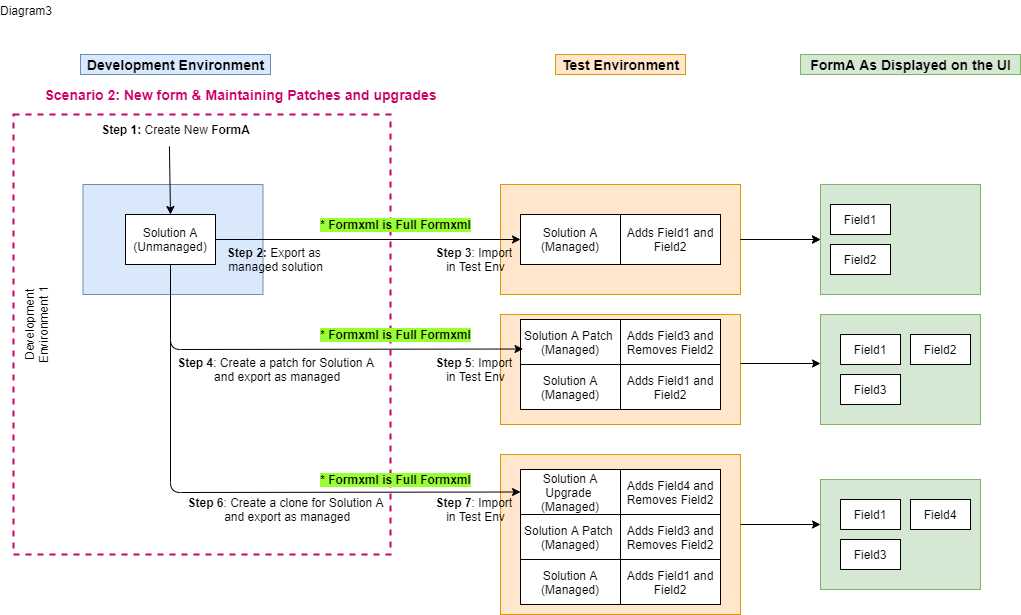
Above: power-platform/alm/media/unhealthy-form-alm-scenario1.png in MicrosoftDocs/power-platform (draw.io), before the change. Source tidied: cells renumbered, new cells last; positions are measured from the earlier drawing's top-left corner, leaving out a move shared by most shapes.
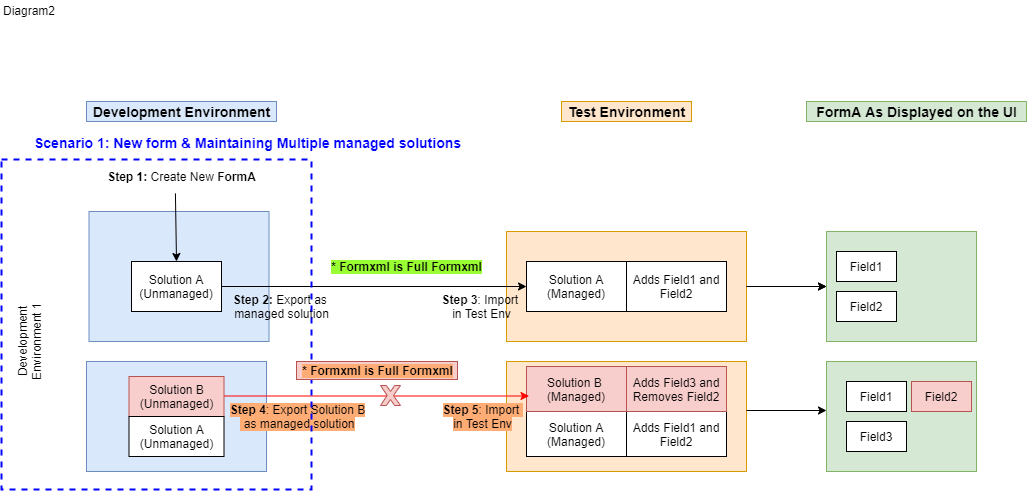
The same file after the commit.

The edit, as a diff of the source:
```diff
@@ -2,187 +2,141 @@
   <root>
     <mxCell id="0" />
     <mxCell id="1" parent="0" />
-    <mxCell id="2" style="whiteSpace=wrap;html=1;fillColor=#dae8fc;strokeColor=#6c8ebf;" parent="1" vertex="1">
-      <mxGeometry x="113.5" y="184" width="180" height="110" as="geometry" />
-    </mxCell>
-    <mxCell id="3" style="whiteSpace=wrap;html=1;fillColor=#ffe6cc;strokeColor=#d79b00;" parent="1" vertex="1">
-      <mxGeometry x="531" y="184" width="240" height="110" as="geometry" />
-    </mxCell>
+    <mxCell id="55" style="whiteSpace=wrap;html=1;fillColor=#dae8fc;strokeColor=#6c8ebf;" parent="1" vertex="1">
+      <mxGeometry x="113.5" y="164" width="180" height="130" as="geometry" />
+    </mxCell>
+    <mxCell id="56" style="whiteSpace=wrap;html=1;fillColor=#ffe6cc;strokeColor=#d79b00;" parent="1" vertex="1">
+      <mxGeometry x="531" y="184" width="240" height="110" as="geometry" />
+    </mxCell>
     <mxCell id="4" value="&lt;font style=&quot;font-size: 14px&quot;&gt;&lt;b&gt;Development Environment&lt;/b&gt;&lt;/font&gt;" style="text;html=1;align=center;verticalAlign=middle;fillColor=#dae8fc;strokeColor=#6c8ebf;rounded=0;" parent="1" vertex="1">
       <mxGeometry x="111" y="54" width="190" height="20" as="geometry" />
     </mxCell>
     <mxCell id="5" value="&lt;font style=&quot;font-size: 14px&quot;&gt;&lt;b&gt;Test Environment&lt;/b&gt;&lt;/font&gt;" style="text;html=1;align=center;verticalAlign=middle;fillColor=#ffe6cc;strokeColor=#d79b00;rounded=0;" parent="1" vertex="1">
       <mxGeometry x="586" y="54" width="130" height="20" as="geometry" />
     </mxCell>
-    <mxCell id="6" value="Solution A (Managed)" style="whiteSpace=wrap;html=1;" parent="1" vertex="1">
-      <mxGeometry x="551" y="214" width="100" height="50" as="geometry" />
-    </mxCell>
-    <mxCell id="7" value="Solution A (Unmanaged)" style="whiteSpace=wrap;html=1;" parent="1" vertex="1">
-      <mxGeometry x="156" y="214" width="90" height="50" as="geometry" />
-    </mxCell>
-    <mxCell id="8" style="endArrow=classic;html=1;fontSize=10;fontColor=#FF0000;exitX=1;exitY=0.5;exitDx=0;exitDy=0;" parent="1" edge="1" source="7">
-      <mxGeometry relative="1" as="geometry">
-        <mxPoint x="551" y="239" as="targetPoint" />
-      </mxGeometry>
-    </mxCell>
-    <mxCell id="9" style="edgeStyle=orthogonalEdgeStyle;rounded=0;jettySize=auto;html=1;" parent="1" edge="1" target="21">
-      <mxGeometry relative="1" as="geometry">
-        <mxPoint x="771" y="239" as="sourcePoint" />
-      </mxGeometry>
-    </mxCell>
-    <mxCell id="10" value="Adds Field1 and Field2" style="whiteSpace=wrap;html=1;" parent="1" vertex="1">
-      <mxGeometry x="651" y="214" width="100" height="50" as="geometry" />
-    </mxCell>
+    <mxCell id="57" value="Solution A (Managed)" style="whiteSpace=wrap;html=1;" parent="1" vertex="1">
+      <mxGeometry x="551" y="214" width="100" height="50" as="geometry" />
+    </mxCell>
+    <mxCell id="58" value="Solution A (Unmanaged)" style="whiteSpace=wrap;html=1;" parent="1" vertex="1">
+      <mxGeometry x="156" y="214" width="90" height="50" as="geometry" />
+    </mxCell>
+    <mxCell id="59" style="endArrow=classic;html=1;fontSize=10;fontColor=#FF0000;exitX=1;exitY=0.5;exitDx=0;exitDy=0;" parent="1" edge="1" source="58">
+      <mxGeometry relative="1" as="geometry">
+        <mxPoint x="551" y="239" as="targetPoint" />
+      </mxGeometry>
+    </mxCell>
+    <mxCell id="60" style="whiteSpace=wrap;html=1;fillColor=#dae8fc;strokeColor=#6c8ebf;" parent="1" vertex="1">
+      <mxGeometry x="111" y="314" width="180" height="110" as="geometry" />
+    </mxCell>
+    <mxCell id="61" value="Solution B (Unmanaged)" style="whiteSpace=wrap;html=1;fillColor=#f8cecc;strokeColor=#b85450;" parent="1" vertex="1">
+      <mxGeometry x="153.5" y="329" width="95" height="40" as="geometry" />
+    </mxCell>
+    <mxCell id="62" style="edgeStyle=orthogonalEdgeStyle;rounded=0;jettySize=auto;html=1;" parent="1" edge="1" target="72">
+      <mxGeometry relative="1" as="geometry">
+        <mxPoint x="771" y="239" as="sourcePoint" />
+      </mxGeometry>
+    </mxCell>
+    <mxCell id="63" value="Adds Field1 and Field2" style="whiteSpace=wrap;html=1;" parent="1" vertex="1">
+      <mxGeometry x="651" y="214" width="100" height="50" as="geometry" />
+    </mxCell>
     <mxCell id="11" value="&lt;font style=&quot;font-size: 12px&quot;&gt;&lt;b&gt;Step 2:&lt;/b&gt; Export as &lt;br&gt;managed solution&lt;/font&gt;" style="text;html=1;align=center;verticalAlign=middle;fillColor=none;strokeColor=none;rounded=0;" parent="1" vertex="1">
       <mxGeometry x="251" y="244" width="110" height="30" as="geometry" />
     </mxCell>
     <mxCell id="12" value="&lt;font style=&quot;font-size: 12px&quot;&gt;&lt;b&gt;Step 3&lt;/b&gt;: Import &lt;br&gt;in Test Env&lt;/font&gt;" style="text;html=1;align=center;verticalAlign=middle;fillColor=none;strokeColor=none;rounded=0;" parent="1" vertex="1">
       <mxGeometry x="461" y="244" width="90" height="30" as="geometry" />
     </mxCell>
-    <mxCell id="13" style="whiteSpace=wrap;html=1;fillColor=#ffe6cc;strokeColor=#d79b00;" parent="1" vertex="1">
-      <mxGeometry x="531" y="314" width="240" height="110" as="geometry" />
-    </mxCell>
-    <mxCell id="14" value="Adds Field1 and Field2" style="whiteSpace=wrap;html=1;" parent="1" vertex="1">
-      <mxGeometry x="651" y="364" width="100" height="45" as="geometry" />
-    </mxCell>
-    <mxCell id="15" value="Solution A (Managed)" style="whiteSpace=wrap;html=1;" parent="1" vertex="1">
-      <mxGeometry x="551" y="364" width="100" height="45" as="geometry" />
-    </mxCell>
-    <mxCell id="16" value="Solution A Patch&amp;nbsp; (Managed)" style="whiteSpace=wrap;html=1;" parent="1" vertex="1">
-      <mxGeometry x="551" y="319" width="100" height="45" as="geometry" />
-    </mxCell>
-    <mxCell id="17" value="Adds Field3 and Removes Field2" style="whiteSpace=wrap;html=1;" parent="1" vertex="1">
-      <mxGeometry x="651" y="319" width="100" height="45" as="geometry" />
-    </mxCell>
+    <mxCell id="64" style="whiteSpace=wrap;html=1;fillColor=#ffe6cc;strokeColor=#d79b00;" parent="1" vertex="1">
+      <mxGeometry x="531" y="314" width="240" height="110" as="geometry" />
+    </mxCell>
+    <mxCell id="65" value="Adds Field1 and Field2" style="whiteSpace=wrap;html=1;" parent="1" vertex="1">
+      <mxGeometry x="651" y="364" width="100" height="45" as="geometry" />
+    </mxCell>
+    <mxCell id="66" value="Solution A (Managed)" style="whiteSpace=wrap;html=1;" parent="1" vertex="1">
+      <mxGeometry x="551" y="364" width="100" height="45" as="geometry" />
+    </mxCell>
+    <mxCell id="67" value="Solution B&amp;nbsp; (Managed)" style="whiteSpace=wrap;html=1;fillColor=#f8cecc;strokeColor=#b85450;" parent="1" vertex="1">
+      <mxGeometry x="551" y="319" width="100" height="45" as="geometry" />
+    </mxCell>
+    <mxCell id="68" value="Adds Field3 and Removes Field2" style="whiteSpace=wrap;html=1;fillColor=#f8cecc;strokeColor=#b85450;" parent="1" vertex="1">
+      <mxGeometry x="651" y="319" width="100" height="45" as="geometry" />
+    </mxCell>
+    <mxCell id="69" value="Solution A (Unmanaged)" style="whiteSpace=wrap;html=1;" parent="1" vertex="1">
+      <mxGeometry x="153.5" y="369" width="95" height="40" as="geometry" />
+    </mxCell>
     <mxCell id="18" value="&lt;font style=&quot;font-size: 12px&quot;&gt;&lt;b&gt;Step 1:&lt;/b&gt;&amp;nbsp;Create New &lt;b&gt;FormA&lt;/b&gt;&lt;/font&gt;" style="text;html=1;align=center;verticalAlign=middle;points=[];fillColor=none;strokeColor=none;rounded=0;" parent="1" vertex="1">
       <mxGeometry x="126" y="119" width="160" height="20" as="geometry" />
     </mxCell>
-    <mxCell id="19" style="endArrow=classic;html=1;fontSize=10;fontColor=#FF0000;exitX=0.462;exitY=1.345;exitDx=0;exitDy=0;entryX=0.5;entryY=0;entryDx=0;entryDy=0;exitPerimeter=0;" parent="1" edge="1" source="18" target="7">
-      <mxGeometry relative="1" as="geometry" />
-    </mxCell>
-    <mxCell id="20" style="endArrow=classic;html=1;fontSize=10;fontColor=#FF0000;" parent="1" edge="1">
-      <mxGeometry relative="1" as="geometry">
-        <mxPoint x="771" y="239" as="sourcePoint" />
-        <mxPoint x="851" y="239" as="targetPoint" />
-      </mxGeometry>
-    </mxCell>
-    <mxCell id="21" style="whiteSpace=wrap;html=1;fillColor=#d5e8d4;strokeColor=#82b366;" parent="1" vertex="1">
-      <mxGeometry x="851" y="184" width="160" height="110" as="geometry" />
-    </mxCell>
+    <mxCell id="70" style="endArrow=classic;html=1;fontSize=10;fontColor=#FF0000;exitX=0.462;exitY=1.345;exitDx=0;exitDy=0;entryX=0.5;entryY=0;entryDx=0;entryDy=0;exitPerimeter=0;" parent="1" edge="1" source="18" target="58">
+      <mxGeometry relative="1" as="geometry" />
+    </mxCell>
+    <mxCell id="71" style="endArrow=classic;html=1;fontSize=10;fontColor=#FF0000;" parent="1" edge="1">
+      <mxGeometry relative="1" as="geometry">
+        <mxPoint x="771" y="239" as="sourcePoint" />
+        <mxPoint x="851" y="239" as="targetPoint" />
+      </mxGeometry>
+    </mxCell>
+    <mxCell id="72" style="whiteSpace=wrap;html=1;fillColor=#d5e8d4;strokeColor=#82b366;" parent="1" vertex="1">
+      <mxGeometry x="851" y="184" width="150" height="110" as="geometry" />
+    </mxCell>
     <mxCell id="22" value="&lt;span style=&quot;font-size: 14px&quot;&gt;&lt;b&gt;FormA As Displayed on the UI&lt;/b&gt;&lt;/span&gt;" style="text;html=1;align=center;verticalAlign=middle;fillColor=#d5e8d4;strokeColor=#82b366;rounded=0;" parent="1" vertex="1">
       <mxGeometry x="831" y="54" width="220" height="20" as="geometry" />
     </mxCell>
-    <mxCell id="23" value="Field1" style="whiteSpace=wrap;html=1;" parent="1" vertex="1">
-      <mxGeometry x="861" y="204" width="60" height="30" as="geometry" />
-    </mxCell>
-    <mxCell id="24" value="Field2" style="whiteSpace=wrap;html=1;" parent="1" vertex="1">
-      <mxGeometry x="861" y="244" width="60" height="30" as="geometry" />
-    </mxCell>
-    <mxCell id="25" value="&lt;font style=&quot;font-size: 12px&quot;&gt;&lt;b&gt;Step 4&lt;/b&gt;: Create a patch for Solution A&lt;br&gt;&amp;nbsp;and export as managed&lt;br&gt;&lt;/font&gt;" style="text;html=1;align=center;verticalAlign=middle;fillColor=none;strokeColor=none;rounded=0;" parent="1" vertex="1">
-      <mxGeometry x="201" y="354" width="210" height="30" as="geometry" />
-    </mxCell>
-    <mxCell id="26" style="endArrow=classic;html=1;fontSize=10;fontColor=#FF0000;exitX=0.5;exitY=1;exitDx=0;exitDy=0;" parent="1" edge="1" source="7">
-      <mxGeometry relative="1" as="geometry">
-        <mxPoint x="553.5" y="348.5" as="targetPoint" />
-        <Array as="points">
-          <mxPoint x="201" y="349" />
-        </Array>
-      </mxGeometry>
-    </mxCell>
+    <mxCell id="73" value="Field1" style="whiteSpace=wrap;html=1;" parent="1" vertex="1">
+      <mxGeometry x="861" y="204" width="60" height="30" as="geometry" />
+    </mxCell>
+    <mxCell id="74" value="Field2" style="whiteSpace=wrap;html=1;" parent="1" vertex="1">
+      <mxGeometry x="861" y="244" width="60" height="30" as="geometry" />
+    </mxCell>
+    <mxCell id="75" value="&lt;font style=&quot;font-size: 12px&quot;&gt;&lt;span style=&quot;background-color: rgb(255 , 172 , 117)&quot;&gt;&lt;b&gt;Step 4&lt;/b&gt;: Export Solution B&lt;br&gt;&amp;nbsp;as managed solution&lt;/span&gt;&lt;br&gt;&lt;/font&gt;" style="text;html=1;align=center;verticalAlign=middle;fillColor=none;strokeColor=none;rounded=0;" parent="1" vertex="1">
+      <mxGeometry x="249" y="353" width="145" height="32" as="geometry" />
+    </mxCell>
+    <mxCell id="76" style="endArrow=classic;html=1;fontSize=10;fontColor=#FF0000;exitX=1;exitY=0.5;exitDx=0;exitDy=0;fillColor=#f8cecc;strokeColor=#FF0000;" parent="1" edge="1">
+      <mxGeometry relative="1" as="geometry">
+        <mxPoint x="248.5" y="348.5" as="sourcePoint" />
+        <mxPoint x="553.5" y="348.5" as="targetPoint" />
+      </mxGeometry>
+    </mxCell>
-    <mxCell id="27" value="&lt;font style=&quot;font-size: 12px&quot;&gt;&lt;b&gt;Step 5&lt;/b&gt;: Import &lt;br&gt;in Test Env&lt;/font&gt;" style="text;html=1;align=center;verticalAlign=middle;fillColor=none;strokeColor=none;rounded=0;" parent="1" vertex="1">
-      <mxGeometry x="461" y="354" width="90" height="30" as="geometry" />
+    <mxCell id="27" value="&lt;font style=&quot;font-size: 12px ; background-color: rgb(255 , 172 , 117)&quot;&gt;&lt;b&gt;Step 5&lt;/b&gt;: Import &lt;br&gt;in Test Env&lt;/font&gt;" style="text;html=1;align=center;verticalAlign=middle;fillColor=none;strokeColor=none;rounded=0;" parent="1" vertex="1">
+      <mxGeometry x="463" y="353" width="87" height="32" as="geometry" />
     </mxCell>
-    <mxCell id="28" style="whiteSpace=wrap;html=1;fillColor=#d5e8d4;strokeColor=#82b366;" parent="1" vertex="1">
-      <mxGeometry x="851" y="314" width="160" height="110" as="geometry" />
-    </mxCell>
-    <mxCell id="29" value="Field1" style="whiteSpace=wrap;html=1;" parent="1" vertex="1">
-      <mxGeometry x="871" y="334" width="60" height="30" as="geometry" />
-    </mxCell>
-    <mxCell id="30" value="Field3" style="whiteSpace=wrap;html=1;" parent="1" vertex="1">
-      <mxGeometry x="871" y="374" width="60" height="30" as="geometry" />
-    </mxCell>
-    <mxCell id="31" style="endArrow=classic;html=1;fontSize=10;fontColor=#FF0000;" parent="1" edge="1">
-      <mxGeometry relative="1" as="geometry">
-        <mxPoint x="771" y="363" as="sourcePoint" />
-        <mxPoint x="851" y="363" as="targetPoint" />
-      </mxGeometry>
-    </mxCell>
-    <mxCell id="32" value="&lt;font color=&quot;#cc0066&quot;&gt;&lt;b style=&quot;font-size: 14px&quot;&gt;Scenario 2: New form &amp;amp; &lt;/b&gt;&lt;span style=&quot;font-size: 14px&quot;&gt;&lt;b&gt;Maintaining&lt;/b&gt;&lt;/span&gt;&lt;b style=&quot;font-size: 14px&quot;&gt;&amp;nbsp;Patches and upgrades&lt;/b&gt;&lt;/font&gt;" style="text;html=1;align=center;verticalAlign=middle;fillColor=none;strokeColor=none;rounded=0;" parent="1" vertex="1">
-      <mxGeometry x="66" y="84" width="410" height="20" as="geometry" />
-    </mxCell>
-    <mxCell id="33" value="Field2" style="whiteSpace=wrap;html=1;" parent="1" vertex="1">
-      <mxGeometry x="941" y="334" width="60" height="30" as="geometry" />
-    </mxCell>
-    <mxCell id="34" style="whiteSpace=wrap;html=1;fillColor=#ffe6cc;strokeColor=#d79b00;" parent="1" vertex="1">
-      <mxGeometry x="531" y="454" width="240" height="160" as="geometry" />
-    </mxCell>
-    <mxCell id="35" value="Adds Field1 and Field2" style="whiteSpace=wrap;html=1;" parent="1" vertex="1">
-      <mxGeometry x="651" y="559" width="100" height="45" as="geometry" />
-    </mxCell>
-    <mxCell id="36" value="Solution A (Managed)" style="whiteSpace=wrap;html=1;" parent="1" vertex="1">
-      <mxGeometry x="551" y="559" width="100" height="45" as="geometry" />
-    </mxCell>
-    <mxCell id="37" value="Solution A Patch&amp;nbsp; (Managed)" style="whiteSpace=wrap;html=1;" parent="1" vertex="1">
-      <mxGeometry x="551" y="514" width="100" height="45" as="geometry" />
-    </mxCell>
-    <mxCell id="38" value="Adds Field3 and Removes Field2" style="whiteSpace=wrap;html=1;" parent="1" vertex="1">
-      <mxGeometry x="651" y="514" width="100" height="45" as="geometry" />
-    </mxCell>
-    <mxCell id="39" value="Solution A Upgrade&amp;nbsp; (Managed)" style="whiteSpace=wrap;html=1;" parent="1" vertex="1">
-      <mxGeometry x="551" y="469" width="100" height="45" as="geometry" />
-    </mxCell>
-    <mxCell id="40" value="Adds Field4 and Removes Field2" style="whiteSpace=wrap;html=1;" parent="1" vertex="1">
-      <mxGeometry x="651" y="469" width="100" height="45" as="geometry" />
-    </mxCell>
-    <mxCell id="41" style="endArrow=classic;html=1;fontSize=10;fontColor=#FF0000;exitX=0.5;exitY=1;exitDx=0;exitDy=0;entryX=0;entryY=0.5;entryDx=0;entryDy=0;" parent="1" edge="1" target="39">
-      <mxGeometry relative="1" as="geometry">
-        <mxPoint x="201" y="339" as="sourcePoint" />
-        <Array as="points">
-          <mxPoint x="201" y="492" />
-        </Array>
-      </mxGeometry>
-    </mxCell>
-    <mxCell id="42" value="&lt;font style=&quot;font-size: 12px&quot;&gt;&lt;b&gt;Step 6&lt;/b&gt;: Create a clone for Solution A&lt;br&gt;&amp;nbsp;and export as managed&lt;br&gt;&lt;/font&gt;" style="text;html=1;align=center;verticalAlign=middle;fillColor=none;strokeColor=none;rounded=0;" parent="1" vertex="1">
-      <mxGeometry x="211" y="494" width="210" height="30" as="geometry" />
-    </mxCell>
-    <mxCell id="43" value="&lt;font style=&quot;font-size: 12px&quot;&gt;&lt;b&gt;Step 7&lt;/b&gt;: Import &lt;br&gt;in Test Env&lt;/font&gt;" style="text;html=1;align=center;verticalAlign=middle;fillColor=none;strokeColor=none;rounded=0;" parent="1" vertex="1">
-      <mxGeometry x="461" y="494" width="90" height="30" as="geometry" />
-    </mxCell>
-    <mxCell id="44" style="endArrow=classic;html=1;fontSize=10;fontColor=#FF0000;" parent="1" edge="1">
-      <mxGeometry relative="1" as="geometry">
-        <mxPoint x="771" y="524" as="sourcePoint" />
-        <mxPoint x="851" y="524" as="targetPoint" />
-      </mxGeometry>
-    </mxCell>
-    <mxCell id="45" style="whiteSpace=wrap;html=1;fillColor=#d5e8d4;strokeColor=#82b366;" parent="1" vertex="1">
-      <mxGeometry x="851" y="479" width="160" height="110" as="geometry" />
-    </mxCell>
-    <mxCell id="46" value="Field1" style="whiteSpace=wrap;html=1;" parent="1" vertex="1">
-      <mxGeometry x="871" y="499" width="60" height="30" as="geometry" />
-    </mxCell>
-    <mxCell id="47" value="Field3" style="whiteSpace=wrap;html=1;" parent="1" vertex="1">
-      <mxGeometry x="871" y="539" width="60" height="30" as="geometry" />
-    </mxCell>
-    <mxCell id="48" value="Field4" style="whiteSpace=wrap;html=1;" parent="1" vertex="1">
-      <mxGeometry x="941" y="499" width="60" height="30" as="geometry" />
-    </mxCell>
-    <mxCell id="49" style="whiteSpace=wrap;html=1;fillColor=none;dashed=1;strokeWidth=2;strokeColor=#CC0066;" parent="1" vertex="1">
-      <mxGeometry x="44" y="114" width="377" height="440" as="geometry" />
-    </mxCell>
-    <mxCell id="50" value="&lt;b style=&quot;background-color: rgb(153 , 255 , 51)&quot;&gt;* Formxml is Full Formxml&lt;/b&gt;" style="text;html=1;align=center;verticalAlign=middle;fillColor=none;strokeColor=none;rounded=0;" parent="1" vertex="1">
-      <mxGeometry x="341" y="214" width="170" height="20" as="geometry" />
-    </mxCell>
-    <mxCell id="51" value="&lt;b style=&quot;background-color: rgb(153 , 255 , 51)&quot;&gt;* Formxml is Full Formxml&lt;/b&gt;" style="text;html=1;align=center;verticalAlign=middle;fillColor=none;strokeColor=none;rounded=0;" parent="1" vertex="1">
-      <mxGeometry x="341" y="324" width="170" height="20" as="geometry" />
-    </mxCell>
-    <mxCell id="52" value="&lt;b style=&quot;background-color: rgb(153 , 255 , 51)&quot;&gt;* Formxml is Full Formxml&lt;/b&gt;" style="text;html=1;align=center;verticalAlign=middle;fillColor=none;strokeColor=none;rounded=0;" parent="1" vertex="1">
-      <mxGeometry x="341" y="469" width="170" height="20" as="geometry" />
-    </mxCell>
+    <mxCell id="77" style="whiteSpace=wrap;html=1;fillColor=#d5e8d4;strokeColor=#82b366;" parent="1" vertex="1">
+      <mxGeometry x="851" y="314" width="150" height="110" as="geometry" />
+    </mxCell>
+    <mxCell id="78" value="Field1" style="whiteSpace=wrap;html=1;" parent="1" vertex="1">
+      <mxGeometry x="871" y="334" width="60" height="30" as="geometry" />
+    </mxCell>
+    <mxCell id="79" value="Field3" style="whiteSpace=wrap;html=1;" parent="1" vertex="1">
+      <mxGeometry x="871" y="374" width="60" height="30" as="geometry" />
+    </mxCell>
+    <mxCell id="80" style="endArrow=classic;html=1;fontSize=10;fontColor=#FF0000;" parent="1" edge="1">
+      <mxGeometry relative="1" as="geometry">
+        <mxPoint x="771" y="363" as="sourcePoint" />
+        <mxPoint x="851" y="363" as="targetPoint" />
+      </mxGeometry>
+    </mxCell>
+    <mxCell id="81" style="whiteSpace=wrap;html=1;fillColor=none;dashed=1;strokeWidth=2;strokeColor=#0000FF;" parent="1" vertex="1">
+      <mxGeometry x="26" y="112" width="310" height="330" as="geometry" />
+    </mxCell>
+    <mxCell id="82" value="&lt;font color=&quot;#0000ff&quot;&gt;&lt;b style=&quot;font-size: 14px&quot;&gt;Scenario 1: New form &amp;amp; &lt;/b&gt;&lt;span style=&quot;font-size: 14px&quot;&gt;&lt;b&gt;Maintaining&lt;/b&gt;&lt;/span&gt;&lt;b style=&quot;font-size: 14px&quot;&gt;&amp;nbsp;Multiple managed solutions&lt;/b&gt;&lt;/font&gt;" style="text;html=1;align=center;verticalAlign=middle;fillColor=none;strokeColor=none;rounded=0;" parent="1" vertex="1">
+      <mxGeometry x="53" y="85" width="437" height="19" as="geometry" />
+    </mxCell>
+    <mxCell id="83" value="&lt;b style=&quot;background-color: rgb(153 , 255 , 51)&quot;&gt;* Formxml is Full Formxml&lt;/b&gt;" style="text;html=1;align=center;verticalAlign=middle;fillColor=none;strokeColor=none;rounded=0;" parent="1" vertex="1">
+      <mxGeometry x="346" y="209" width="170" height="20" as="geometry" />
+    </mxCell>
+    <mxCell id="84" value="&lt;b style=&quot;background-color: rgb(255 , 172 , 117)&quot;&gt;* Formxml is Full Formxml&lt;/b&gt;" style="text;html=1;align=center;verticalAlign=middle;fillColor=#f8cecc;strokeColor=#b85450;rounded=0;" parent="1" vertex="1">
+      <mxGeometry x="321" y="314" width="161" height="18" as="geometry" />
+    </mxCell>
+    <mxCell id="85" value="Field2" style="whiteSpace=wrap;html=1;fillColor=#f8cecc;strokeColor=#b85450;" parent="1" vertex="1">
+      <mxGeometry x="936" y="334" width="60" height="30" as="geometry" />
+    </mxCell>
+    <mxCell id="86" style="verticalLabelPosition=bottom;verticalAlign=top;html=1;shape=mxgraph.basic.x;fontSize=10;fillColor=#f8cecc;strokeColor=#b85450;" parent="1" vertex="1">
+      <mxGeometry x="405" y="338" width="20" height="20" as="geometry" />
+    </mxCell>
     <mxCell id="53" value="Development Environment 1" style="text;html=1;strokeColor=none;fillColor=none;align=center;verticalAlign=middle;whiteSpace=wrap;rounded=0;rotation=270;" parent="1" vertex="1">
-      <mxGeometry x="0.2" y="314" width="133.2" height="20" as="geometry" />
+      <mxGeometry x="-12.2" y="284" width="133.2" height="20" as="geometry" />
     </mxCell>
-    <mxCell id="54" value="Diagram3&lt;br&gt;" style="text;html=1;strokeColor=none;fillColor=none;align=center;verticalAlign=middle;whiteSpace=wrap;rounded=0;" parent="1" vertex="1">
-      <mxGeometry x="36" width="42" height="20" as="geometry" />
-    </mxCell>
+    <mxCell id="87" value="Diagram2&lt;br&gt;" style="text;html=1;strokeColor=none;fillColor=none;align=center;verticalAlign=middle;whiteSpace=wrap;rounded=0;" parent="1" vertex="1">
+      <mxGeometry x="34.4" y="-47" width="40" height="20" as="geometry" />
+    </mxCell>
   </root>
 </mxGraphModel>
```
